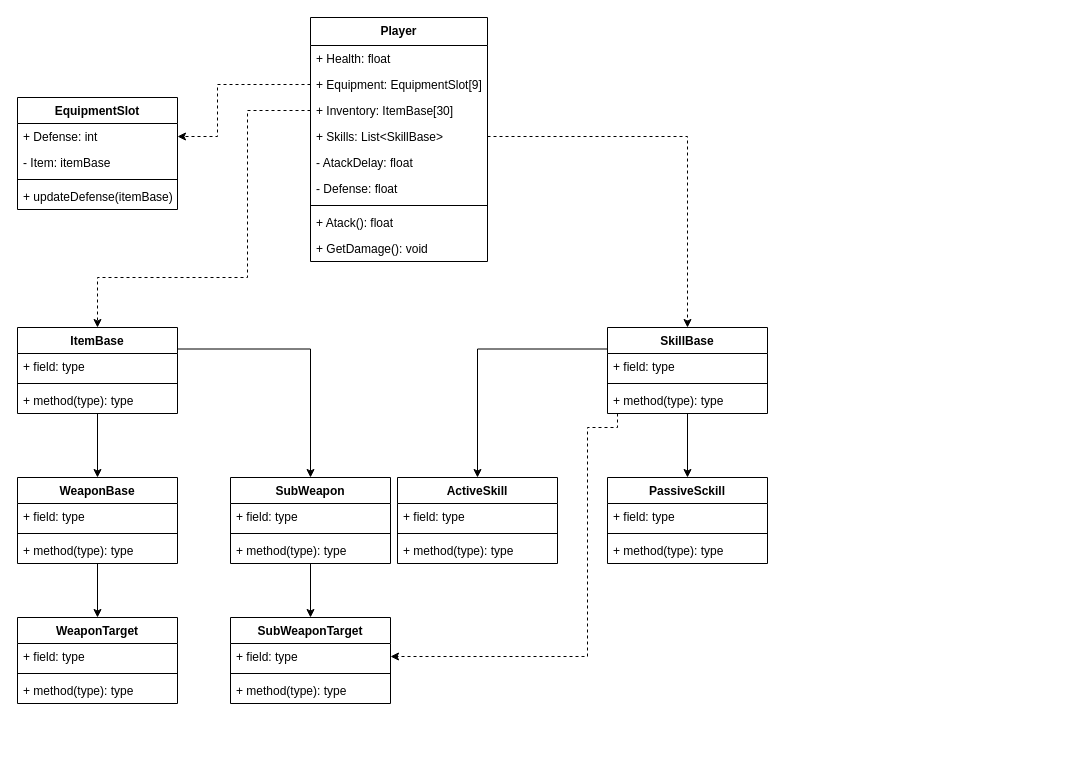
Above: Untitled Diagram.drawio in nerfenoff/Kliker (draw.io), before the change. Source tidied: cells renumbered, new cells numbered last; positions are measured from the earlier drawing's top-left corner, leaving out a move shared by most shapes. Both pictures are drawn from the tidied source at 100%, with x=0, y=0 at pixel (17, 17).
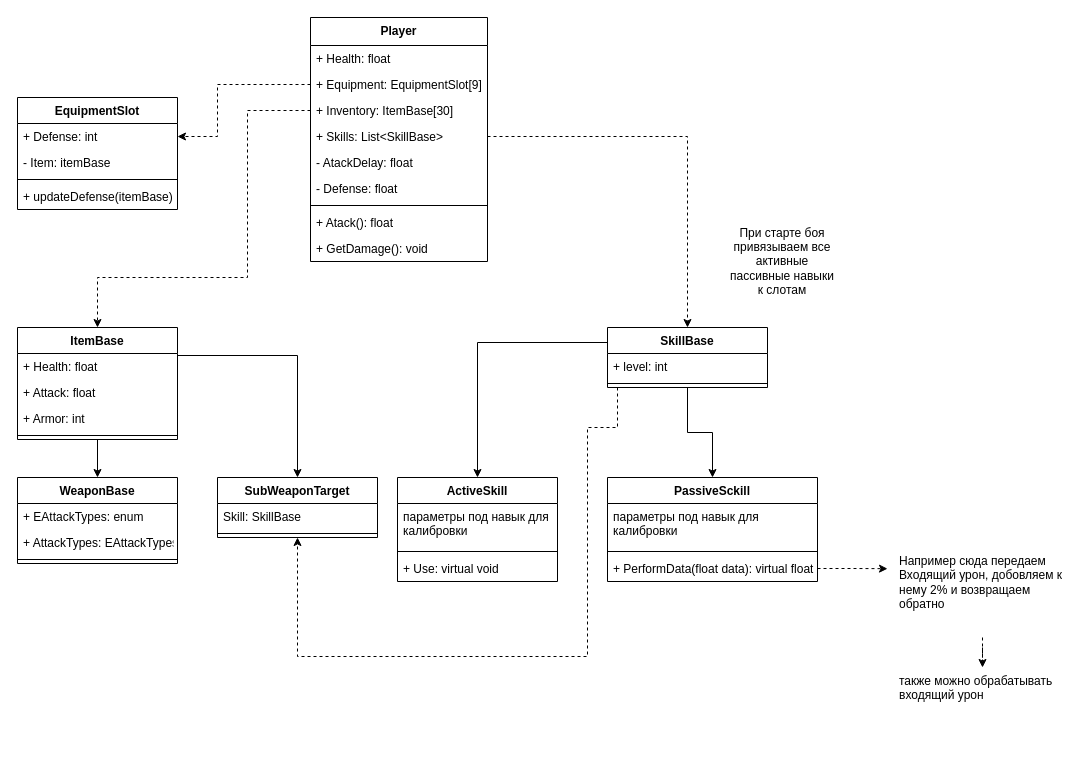
The same diagram, later.

The change refers to these unchanged cells:
```xml
<mxCell id="13" value="WeaponBase" style="swimlane;fontStyle=1;align=center;verticalAlign=top;horizontal=1;startSize=26;" parent="1" vertex="1">
  <mxGeometry y="460" width="160" height="86" as="geometry" />
</mxCell>
```

The edit, as a diff of the source:
```diff
@@
-    <mxCell id="12" style="edgeStyle=orthogonalEdgeStyle;rounded=0;jettySize=auto;html=1;entryX=0.5;entryY=0;entryDx=0;entryDy=0;" parent="1" edge="1" source="13" target="18">
-      <mxGeometry relative="1" as="geometry" />
-    </mxCell>
@@
+    <mxCell id="59" value="+ EAttackTypes: enum" style="text;strokeColor=none;fillColor=none;align=left;verticalAlign=top;spacingLeft=4;spacingRight=4;overflow=hidden;" parent="13" vertex="1">
+      <mxGeometry y="26" width="160" height="26" as="geometry" />
+    </mxCell>
-    <mxCell id="14" value="+ field: type" style="text;strokeColor=none;fillColor=none;align=left;verticalAlign=top;spacingLeft=4;spacingRight=4;overflow=hidden;" parent="13" vertex="1">
-      <mxGeometry y="26" width="160" height="26" as="geometry" />
+    <mxCell id="14" value="+ AttackTypes: EAttackTypes" style="text;strokeColor=none;fillColor=none;align=left;verticalAlign=top;spacingLeft=4;spacingRight=4;overflow=hidden;" parent="13" vertex="1">
+      <mxGeometry y="52" width="160" height="26" as="geometry" />
     </mxCell>
     <mxCell id="15" style="line;strokeWidth=1;fillColor=none;align=left;verticalAlign=middle;spacingTop=-1;spacingLeft=3;spacingRight=3;labelPosition=right;" parent="13" vertex="1">
-      <mxGeometry y="52" width="160" height="8" as="geometry" />
+      <mxGeometry y="78" width="160" height="8" as="geometry" />
     </mxCell>
-    <mxCell id="16" value="+ method(type): type" style="text;strokeColor=none;fillColor=none;align=left;verticalAlign=top;spacingLeft=4;spacingRight=4;overflow=hidden;" parent="13" vertex="1">
-      <mxGeometry y="60" width="160" height="26" as="geometry" />
-    </mxCell>
@@
-    <mxCell id="18" value="WeaponTarget" style="swimlane;fontStyle=1;align=center;verticalAlign=top;horizontal=1;startSize=26;" parent="1" vertex="1">
-      <mxGeometry y="600" width="160" height="86" as="geometry" />
-    </mxCell>
-    <mxCell id="19" value="+ field: type" style="text;strokeColor=none;fillColor=none;align=left;verticalAlign=top;spacingLeft=4;spacingRight=4;overflow=hidden;" parent="18" vertex="1">
-      <mxGeometry y="26" width="160" height="26" as="geometry" />
-    </mxCell>
-    <mxCell id="20" style="line;strokeWidth=1;fillColor=none;align=left;verticalAlign=middle;spacingTop=-1;spacingLeft=3;spacingRight=3;labelPosition=right;" parent="18" vertex="1">
-      <mxGeometry y="52" width="160" height="8" as="geometry" />
-    </mxCell>
-    <mxCell id="21" value="+ method(type): type" style="text;strokeColor=none;fillColor=none;align=left;verticalAlign=top;spacingLeft=4;spacingRight=4;overflow=hidden;" parent="18" vertex="1">
-      <mxGeometry y="60" width="160" height="26" as="geometry" />
-    </mxCell>
@@
-    <mxCell id="23" style="edgeStyle=orthogonalEdgeStyle;rounded=0;jettySize=auto;html=1;exitX=1;exitY=0.25;exitDx=0;exitDy=0;entryX=0.5;entryY=0;entryDx=0;entryDy=0;" parent="1" edge="1" source="24" target="29">
+    <mxCell id="23" style="edgeStyle=orthogonalEdgeStyle;rounded=0;jettySize=auto;html=1;exitX=1;exitY=0.25;exitDx=0;exitDy=0;entryX=0.5;entryY=0;entryDx=0;entryDy=0;" parent="1" edge="1" source="24" target="33">
       <mxGeometry relative="1" as="geometry" />
     </mxCell>
     <mxCell id="24" value="ItemBase" style="swimlane;fontStyle=1;align=center;verticalAlign=top;horizontal=1;startSize=26;" parent="1" vertex="1">
-      <mxGeometry y="310" width="160" height="86" as="geometry" />
+      <mxGeometry y="310" width="160" height="112" as="geometry" />
     </mxCell>
-    <mxCell id="25" value="+ field: type" style="text;strokeColor=none;fillColor=none;align=left;verticalAlign=top;spacingLeft=4;spacingRight=4;overflow=hidden;" parent="24" vertex="1">
+    <mxCell id="25" value="+ Health: float" style="text;strokeColor=none;fillColor=none;align=left;verticalAlign=top;spacingLeft=4;spacingRight=4;overflow=hidden;" parent="24" vertex="1">
       <mxGeometry y="26" width="160" height="26" as="geometry" />
     </mxCell>
+    <mxCell id="60" value="+ Attack: float" style="text;strokeColor=none;fillColor=none;align=left;verticalAlign=top;spacingLeft=4;spacingRight=4;overflow=hidden;" parent="24" vertex="1">
+      <mxGeometry y="52" width="160" height="26" as="geometry" />
+    </mxCell>
+    <mxCell id="61" value="+ Armor: int" style="text;strokeColor=none;fillColor=none;align=left;verticalAlign=top;spacingLeft=4;spacingRight=4;overflow=hidden;" parent="24" vertex="1">
+      <mxGeometry y="78" width="160" height="26" as="geometry" />
+    </mxCell>
     <mxCell id="26" style="line;strokeWidth=1;fillColor=none;align=left;verticalAlign=middle;spacingTop=-1;spacingLeft=3;spacingRight=3;labelPosition=right;" parent="24" vertex="1">
-      <mxGeometry y="52" width="160" height="8" as="geometry" />
+      <mxGeometry y="104" width="160" height="8" as="geometry" />
     </mxCell>
-    <mxCell id="27" value="+ method(type): type" style="text;strokeColor=none;fillColor=none;align=left;verticalAlign=top;spacingLeft=4;spacingRight=4;overflow=hidden;" parent="24" vertex="1">
-      <mxGeometry y="60" width="160" height="26" as="geometry" />
-    </mxCell>
-    <mxCell id="28" style="edgeStyle=orthogonalEdgeStyle;rounded=0;jettySize=auto;html=1;entryX=0.5;entryY=0;entryDx=0;entryDy=0;" parent="1" edge="1" source="29" target="33">
-      <mxGeometry relative="1" as="geometry" />
-    </mxCell>
-    <mxCell id="29" value="SubWeapon" style="swimlane;fontStyle=1;align=center;verticalAlign=top;horizontal=1;startSize=26;" parent="1" vertex="1">
-      <mxGeometry x="213" y="460" width="160" height="86" as="geometry" />
-    </mxCell>
-    <mxCell id="30" value="+ field: type" style="text;strokeColor=none;fillColor=none;align=left;verticalAlign=top;spacingLeft=4;spacingRight=4;overflow=hidden;" parent="29" vertex="1">
-      <mxGeometry y="26" width="160" height="26" as="geometry" />
-    </mxCell>
-    <mxCell id="31" style="line;strokeWidth=1;fillColor=none;align=left;verticalAlign=middle;spacingTop=-1;spacingLeft=3;spacingRight=3;labelPosition=right;" parent="29" vertex="1">
-      <mxGeometry y="52" width="160" height="8" as="geometry" />
-    </mxCell>
-    <mxCell id="32" value="+ method(type): type" style="text;strokeColor=none;fillColor=none;align=left;verticalAlign=top;spacingLeft=4;spacingRight=4;overflow=hidden;" parent="29" vertex="1">
-      <mxGeometry y="60" width="160" height="26" as="geometry" />
-    </mxCell>
     <mxCell id="33" value="SubWeaponTarget" style="swimlane;fontStyle=1;align=center;verticalAlign=top;horizontal=1;startSize=26;" parent="1" vertex="1">
-      <mxGeometry x="213" y="600" width="160" height="86" as="geometry" />
+      <mxGeometry x="200" y="460" width="160" height="60" as="geometry" />
     </mxCell>
-    <mxCell id="34" value="+ field: type" style="text;strokeColor=none;fillColor=none;align=left;verticalAlign=top;spacingLeft=4;spacingRight=4;overflow=hidden;points=[[0,0.5],[1,0.5]];portConstraint=eastwest;" parent="33" vertex="1">
+    <mxCell id="34" value="Skill: SkillBase" style="text;strokeColor=none;fillColor=none;align=left;verticalAlign=top;spacingLeft=4;spacingRight=4;overflow=hidden;points=[[0,0.5],[1,0.5]];portConstraint=eastwest;" parent="33" vertex="1">
       <mxGeometry y="26" width="160" height="26" as="geometry" />
     </mxCell>
@@
-    <mxCell id="36" value="+ method(type): type" style="text;strokeColor=none;fillColor=none;align=left;verticalAlign=top;spacingLeft=4;spacingRight=4;overflow=hidden;" parent="33" vertex="1">
-      <mxGeometry y="60" width="160" height="26" as="geometry" />
-    </mxCell>
@@
     <mxCell id="39" value="SkillBase" style="swimlane;fontStyle=1;align=center;verticalAlign=top;horizontal=1;startSize=26;" parent="1" vertex="1">
-      <mxGeometry x="590" y="310" width="160" height="86" as="geometry" />
+      <mxGeometry x="590" y="310" width="160" height="60" as="geometry" />
     </mxCell>
-    <mxCell id="40" value="+ field: type" style="text;strokeColor=none;fillColor=none;align=left;verticalAlign=top;spacingLeft=4;spacingRight=4;overflow=hidden;" parent="39" vertex="1">
+    <mxCell id="40" value="+ level: int" style="text;strokeColor=none;fillColor=none;align=left;verticalAlign=top;spacingLeft=4;spacingRight=4;overflow=hidden;" parent="39" vertex="1">
       <mxGeometry y="26" width="160" height="26" as="geometry" />
     </mxCell>
@@
-    <mxCell id="42" value="+ method(type): type" style="text;strokeColor=none;fillColor=none;align=left;verticalAlign=top;spacingLeft=4;spacingRight=4;overflow=hidden;" parent="39" vertex="1">
-      <mxGeometry y="60" width="160" height="26" as="geometry" />
-    </mxCell>
@@
-    <mxCell id="44" style="edgeStyle=orthogonalEdgeStyle;rounded=0;jettySize=auto;html=1;entryX=1;entryY=0.5;entryDx=0;entryDy=0;dashed=1;" parent="1" edge="1" source="39" target="34">
+    <mxCell id="44" style="edgeStyle=orthogonalEdgeStyle;rounded=0;jettySize=auto;html=1;entryX=0.5;entryY=1;entryDx=0;entryDy=0;dashed=1;" parent="1" edge="1" source="39" target="33">
       <mxGeometry relative="1" as="geometry">
         <Array as="points">
           <mxPoint x="600" y="410" />
           <mxPoint x="570" y="410" />
           <mxPoint x="570" y="639" />
+          <mxPoint x="280" y="639" />
         </Array>
       </mxGeometry>
     </mxCell>
     <mxCell id="45" value="ActiveSkill" style="swimlane;fontStyle=1;align=center;verticalAlign=top;horizontal=1;startSize=26;" parent="1" vertex="1">
-      <mxGeometry x="380" y="460" width="160" height="86" as="geometry" />
+      <mxGeometry x="380" y="460" width="160" height="104" as="geometry" />
     </mxCell>
-    <mxCell id="46" value="+ field: type" style="text;strokeColor=none;fillColor=none;align=left;verticalAlign=top;spacingLeft=4;spacingRight=4;overflow=hidden;" parent="45" vertex="1">
-      <mxGeometry y="26" width="160" height="26" as="geometry" />
+    <mxCell id="46" value="параметры под навык для калибровки" style="text;strokeColor=none;fillColor=none;align=left;verticalAlign=top;spacingLeft=4;spacingRight=4;overflow=hidden;whiteSpace=wrap;" parent="45" vertex="1">
+      <mxGeometry y="26" width="160" height="44" as="geometry" />
     </mxCell>
     <mxCell id="47" style="line;strokeWidth=1;fillColor=none;align=left;verticalAlign=middle;spacingTop=-1;spacingLeft=3;spacingRight=3;labelPosition=right;" parent="45" vertex="1">
-      <mxGeometry y="52" width="160" height="8" as="geometry" />
+      <mxGeometry y="70" width="160" height="8" as="geometry" />
     </mxCell>
-    <mxCell id="48" value="+ method(type): type" style="text;strokeColor=none;fillColor=none;align=left;verticalAlign=top;spacingLeft=4;spacingRight=4;overflow=hidden;" parent="45" vertex="1">
-      <mxGeometry y="60" width="160" height="26" as="geometry" />
+    <mxCell id="48" value="+ Use: virtual void" style="text;strokeColor=none;fillColor=none;align=left;verticalAlign=top;spacingLeft=4;spacingRight=4;overflow=hidden;" parent="45" vertex="1">
+      <mxGeometry y="78" width="160" height="26" as="geometry" />
     </mxCell>
     <mxCell id="49" value="PassiveSckill" style="swimlane;fontStyle=1;align=center;verticalAlign=top;horizontal=1;startSize=26;" parent="1" vertex="1">
-      <mxGeometry x="590" y="460" width="160" height="86" as="geometry" />
+      <mxGeometry x="590" y="460" width="210" height="104" as="geometry" />
     </mxCell>
-    <mxCell id="50" value="+ field: type" style="text;strokeColor=none;fillColor=none;align=left;verticalAlign=top;spacingLeft=4;spacingRight=4;overflow=hidden;" parent="49" vertex="1">
-      <mxGeometry y="26" width="160" height="26" as="geometry" />
-    </mxCell>
+    <mxCell id="62" value="параметры под навык для калибровки" style="text;strokeColor=none;fillColor=none;align=left;verticalAlign=top;spacingLeft=4;spacingRight=4;overflow=hidden;whiteSpace=wrap;" parent="49" vertex="1">
+      <mxGeometry y="26" width="210" height="44" as="geometry" />
+    </mxCell>
     <mxCell id="51" style="line;strokeWidth=1;fillColor=none;align=left;verticalAlign=middle;spacingTop=-1;spacingLeft=3;spacingRight=3;labelPosition=right;" parent="49" vertex="1">
-      <mxGeometry y="52" width="160" height="8" as="geometry" />
+      <mxGeometry y="70" width="210" height="8" as="geometry" />
     </mxCell>
-    <mxCell id="52" value="+ method(type): type" style="text;strokeColor=none;fillColor=none;align=left;verticalAlign=top;spacingLeft=4;spacingRight=4;overflow=hidden;points=[[0,0.5],[1,0.5]];portConstraint=eastwest;" parent="49" vertex="1">
-      <mxGeometry y="60" width="160" height="26" as="geometry" />
+    <mxCell id="52" value="+ PerformData(float data): virtual float" style="text;strokeColor=none;fillColor=none;align=left;verticalAlign=top;spacingLeft=4;spacingRight=4;overflow=hidden;points=[[0,0.5],[1,0.5]];portConstraint=eastwest;" parent="49" vertex="1">
+      <mxGeometry y="78" width="210" height="26" as="geometry" />
     </mxCell>
@@
+    <mxCell id="63" value="При старте боя привязываем все активные пассивные навыки к слотам" style="text;html=1;strokeColor=none;fillColor=none;align=center;verticalAlign=middle;whiteSpace=wrap;rounded=0;" parent="1" vertex="1">
+      <mxGeometry x="710" y="234" width="110" height="20" as="geometry" />
+    </mxCell>
+    <mxCell id="64" style="edgeStyle=orthogonalEdgeStyle;rounded=0;jettySize=auto;html=1;entryX=0.5;entryY=0;entryDx=0;entryDy=0;dashed=1;" parent="1" edge="1" source="65" target="67">
+      <mxGeometry relative="1" as="geometry" />
+    </mxCell>
+    <mxCell id="65" value="Например сюда передаем Входящий урон, добовляем к нему 2% и возвращаем обратно" style="text;html=1;whiteSpace=wrap;" parent="1" vertex="1">
+      <mxGeometry x="880" y="530" width="170" height="90" as="geometry" />
+    </mxCell>
+    <mxCell id="66" style="edgeStyle=orthogonalEdgeStyle;rounded=0;jettySize=auto;html=1;exitX=1;exitY=0.5;exitDx=0;exitDy=0;dashed=1;" parent="1" edge="1" source="52">
+      <mxGeometry relative="1" as="geometry">
+        <mxPoint x="870" y="551.2" as="targetPoint" />
+      </mxGeometry>
+    </mxCell>
+    <mxCell id="67" value="также можно обрабатывать входящий урон" style="text;html=1;whiteSpace=wrap;" parent="1" vertex="1">
+      <mxGeometry x="880" y="650" width="170" height="90" as="geometry" />
+    </mxCell>
```
